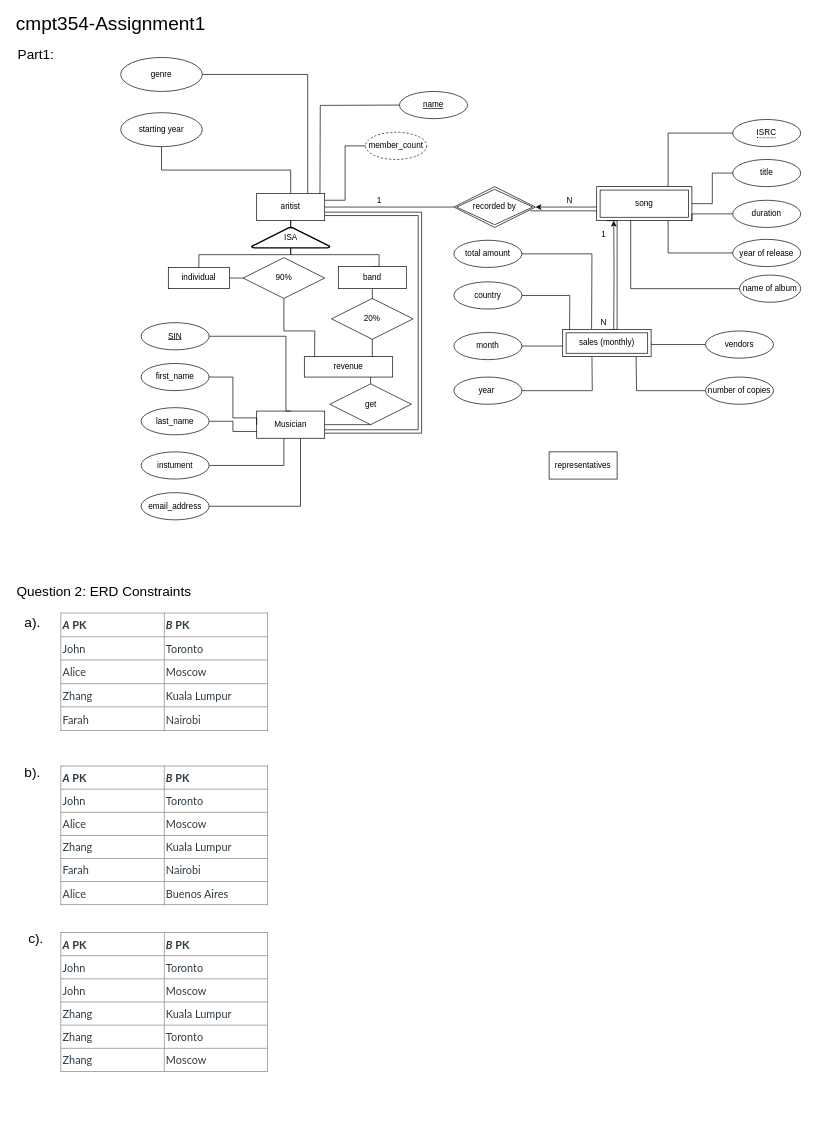
The draw.io diagram cmpt354-A1.drawio in zzzyz7/drawio-storage, before the edit. Source tidied: cells renumbered, new cells numbered last; positions are measured from the earlier drawing's top-left corner, leaving out a move shared by most shapes. Both pictures are drawn from the tidied source at 68%, with x=0, y=0 at pixel (12, 16).
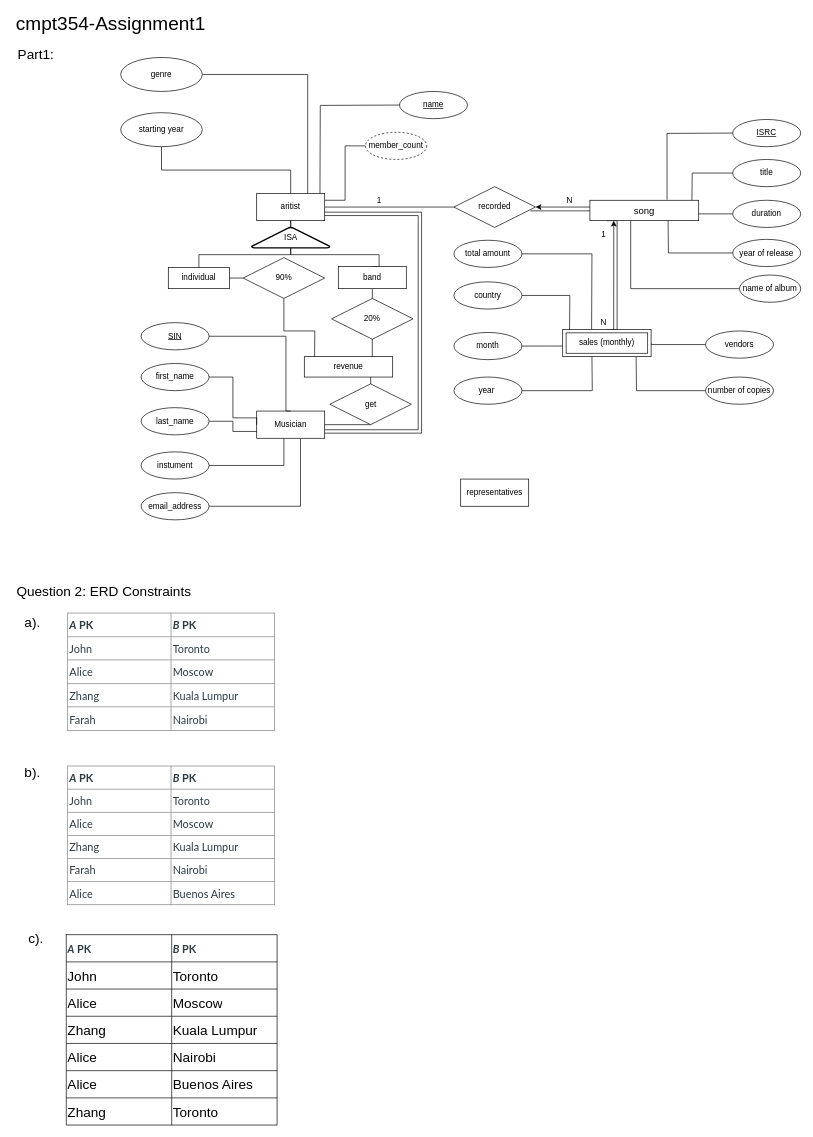
After the change.

Unchanged cells that the change refers to:
```xml
<mxCell id="47" value="title" style="ellipse;whiteSpace=wrap;html=1;align=center;" parent="1" vertex="1">
  <mxGeometry x="1060" y="210" width="100" height="40" as="geometry" />
</mxCell>
<mxCell id="50" value="duration" style="ellipse;whiteSpace=wrap;html=1;align=center;" parent="1" vertex="1">
  <mxGeometry x="1060" y="270" width="100" height="40" as="geometry" />
</mxCell>
<mxCell id="52" value="year of release" style="ellipse;whiteSpace=wrap;html=1;align=center;" parent="1" vertex="1">
  <mxGeometry x="1060" y="327.5" width="100" height="40" as="geometry" />
</mxCell>
<mxCell id="54" value="name of album" style="ellipse;whiteSpace=wrap;html=1;align=center;" parent="1" vertex="1">
  <mxGeometry x="1070" y="380" width="90" height="40" as="geometry" />
</mxCell>
<mxCell id="74" value="sales (monthly)" style="shape=ext;margin=3;double=1;whiteSpace=wrap;html=1;align=center;" parent="1" vertex="1">
  <mxGeometry x="810" y="460" width="130" height="40" as="geometry" />
</mxCell>
```

Change to the diagram source:
```diff
@@
-    <mxCell id="41" style="edgeStyle=orthogonalEdgeStyle;rounded=0;jettySize=auto;html=1;entryX=1;entryY=0.5;entryDx=0;entryDy=0;startArrow=none;startFill=0;endArrow=classic;endFill=1;" parent="1" edge="1" source="43">
+    <mxCell id="41" style="edgeStyle=orthogonalEdgeStyle;rounded=0;orthogonalLoop=1;jettySize=auto;html=1;entryX=1;entryY=0.5;entryDx=0;entryDy=0;startArrow=none;startFill=0;endArrow=classic;endFill=1;" parent="1" edge="1">
       <mxGeometry relative="1" as="geometry">
+        <mxPoint x="860" y="280" as="sourcePoint" />
         <mxPoint x="770" y="280" as="targetPoint" />
         <Array as="points">
           <mxPoint x="860" y="280" />
           <mxPoint x="860" y="280" />
         </Array>
       </mxGeometry>
     </mxCell>
-    <mxCell id="42" style="edgeStyle=orthogonalEdgeStyle;rounded=0;jettySize=auto;html=1;exitX=0;exitY=0.75;exitDx=0;exitDy=0;entryX=0.938;entryY=0.593;entryDx=0;entryDy=0;entryPerimeter=0;startArrow=none;startFill=0;endArrow=none;endFill=0;" parent="1" edge="1" source="43" target="48">
+    <mxCell id="42" style="edgeStyle=orthogonalEdgeStyle;rounded=0;orthogonalLoop=1;jettySize=auto;html=1;exitX=0;exitY=0.75;exitDx=0;exitDy=0;entryX=0.938;entryY=0.593;entryDx=0;entryDy=0;entryPerimeter=0;startArrow=none;startFill=0;endArrow=none;endFill=0;" parent="1" edge="1">
       <mxGeometry relative="1" as="geometry">
+        <mxPoint x="860" y="287.5" as="sourcePoint" />
+        <mxPoint x="762.6" y="285.6" as="targetPoint" />
         <Array as="points">
           <mxPoint x="860" y="286" />
         </Array>
       </mxGeometry>
     </mxCell>
-    <mxCell id="43" value="song" style="shape=ext;margin=3;double=1;whiteSpace=wrap;html=1;align=center;" parent="1" vertex="1">
-      <mxGeometry x="860" y="250" width="140" height="50" as="geometry" />
-    </mxCell>
-    <mxCell id="44" style="edgeStyle=orthogonalEdgeStyle;rounded=0;jettySize=auto;html=1;exitX=0;exitY=0.5;exitDx=0;exitDy=0;entryX=0.75;entryY=0;entryDx=0;entryDy=0;startArrow=none;startFill=0;endArrow=none;endFill=0;" parent="1" edge="1" source="45" target="43">
-      <mxGeometry relative="1" as="geometry" />
+    <mxCell id="44" style="edgeStyle=orthogonalEdgeStyle;rounded=0;jettySize=auto;html=1;exitX=0;exitY=0.5;exitDx=0;exitDy=0;entryX=0.709;entryY=-0.025;entryDx=0;entryDy=0;startArrow=none;startFill=0;endArrow=none;endFill=0;entryPerimeter=0;" parent="1" edge="1" target="43">
+      <mxGeometry relative="1" as="geometry">
+        <mxPoint x="1060" y="171.2" as="sourcePoint" />
+      </mxGeometry>
     </mxCell>
-    <mxCell id="45" value="&lt;span style=&quot;border-bottom: 1px dotted&quot;&gt;ISRC&lt;/span&gt;" style="ellipse;whiteSpace=wrap;html=1;align=center;" parent="1" vertex="1">
-      <mxGeometry x="1060" y="151.2" width="100" height="40" as="geometry" />
-    </mxCell>
-    <mxCell id="46" style="edgeStyle=orthogonalEdgeStyle;rounded=0;jettySize=auto;html=1;startArrow=none;startFill=0;endArrow=none;endFill=0;" parent="1" edge="1" source="47" target="43">
-      <mxGeometry relative="1" as="geometry" />
+    <mxCell id="46" style="edgeStyle=orthogonalEdgeStyle;rounded=0;jettySize=auto;html=1;startArrow=none;startFill=0;endArrow=none;endFill=0;" parent="1" edge="1" source="47">
+      <mxGeometry relative="1" as="geometry">
+        <mxPoint x="1000" y="275" as="targetPoint" />
+      </mxGeometry>
     </mxCell>
@@
-    <mxCell id="48" value="recorded by" style="shape=rhombus;double=1;perimeter=rhombusPerimeter;whiteSpace=wrap;html=1;align=center;" parent="1" vertex="1">
-      <mxGeometry x="650" y="250" width="120" height="60" as="geometry" />
-    </mxCell>
-    <mxCell id="49" style="edgeStyle=orthogonalEdgeStyle;rounded=0;jettySize=auto;html=1;exitX=0;exitY=0.5;exitDx=0;exitDy=0;entryX=1;entryY=1;entryDx=0;entryDy=0;startArrow=none;startFill=0;endArrow=none;endFill=0;entryPerimeter=0;" parent="1" edge="1" source="50" target="43">
+    <mxCell id="49" style="edgeStyle=orthogonalEdgeStyle;rounded=0;jettySize=auto;html=1;exitX=0;exitY=0.5;exitDx=0;exitDy=0;entryX=1;entryY=1;entryDx=0;entryDy=0;startArrow=none;startFill=0;endArrow=none;endFill=0;entryPerimeter=0;" parent="1" edge="1" source="50">
       <mxGeometry relative="1" as="geometry">
+        <mxPoint x="1000" y="300" as="targetPoint" />
         <Array as="points">
           <mxPoint x="1000" y="290" />
         </Array>
       </mxGeometry>
     </mxCell>
@@
-    <mxCell id="51" style="edgeStyle=orthogonalEdgeStyle;rounded=0;jettySize=auto;html=1;entryX=0.75;entryY=1;entryDx=0;entryDy=0;startArrow=none;startFill=0;endArrow=none;endFill=0;" parent="1" edge="1" source="52" target="43">
-      <mxGeometry relative="1" as="geometry" />
+    <mxCell id="51" style="edgeStyle=orthogonalEdgeStyle;rounded=0;jettySize=auto;html=1;entryX=0.75;entryY=1;entryDx=0;entryDy=0;startArrow=none;startFill=0;endArrow=none;endFill=0;" parent="1" edge="1" source="52">
+      <mxGeometry relative="1" as="geometry">
+        <mxPoint x="965" y="300" as="targetPoint" />
+      </mxGeometry>
     </mxCell>
@@
-    <mxCell id="53" style="edgeStyle=orthogonalEdgeStyle;rounded=0;jettySize=auto;html=1;startArrow=none;startFill=0;endArrow=none;endFill=0;" parent="1" edge="1" source="54" target="43">
+    <mxCell id="53" style="edgeStyle=orthogonalEdgeStyle;rounded=0;jettySize=auto;html=1;startArrow=none;startFill=0;endArrow=none;endFill=0;" parent="1" edge="1" source="54">
       <mxGeometry relative="1" as="geometry">
+        <mxPoint x="910" y="300" as="targetPoint" />
         <Array as="points">
           <mxPoint x="910" y="400" />
         </Array>
       </mxGeometry>
     </mxCell>
@@
-    <mxCell id="55" style="edgeStyle=orthogonalEdgeStyle;rounded=0;jettySize=auto;html=1;entryX=0.179;entryY=1;entryDx=0;entryDy=0;entryPerimeter=0;startArrow=none;startFill=0;endArrow=classic;endFill=1;" parent="1" edge="1" target="43">
+    <mxCell id="55" style="edgeStyle=orthogonalEdgeStyle;rounded=0;orthogonalLoop=1;jettySize=auto;html=1;entryX=0.179;entryY=1;entryDx=0;entryDy=0;entryPerimeter=0;startArrow=none;startFill=0;endArrow=classic;endFill=1;" parent="1" edge="1">
       <mxGeometry relative="1" as="geometry">
         <mxPoint x="885" y="460" as="sourcePoint" />
+        <mxPoint x="885.1" y="300" as="targetPoint" />
+        <Array as="points">
+          <mxPoint x="885" y="420" />
+          <mxPoint x="885" y="420" />
+        </Array>
       </mxGeometry>
     </mxCell>
@@
     <mxCell id="70" value="representatives" style="whiteSpace=wrap;html=1;align=center;fontSize=12;strokeWidth=1;" parent="1" vertex="1">
-      <mxGeometry x="790" y="640" width="100" height="40" as="geometry" />
+      <mxGeometry x="660" y="680" width="100" height="40" as="geometry" />
     </mxCell>
@@
-    <mxCell id="73" style="edgeStyle=orthogonalEdgeStyle;rounded=0;jettySize=auto;html=1;startArrow=none;startFill=0;endArrow=none;endFill=0;exitX=0.5;exitY=0;exitDx=0;exitDy=0;entryX=0.107;entryY=1;entryDx=0;entryDy=0;entryPerimeter=0;" parent="1" edge="1" source="74" target="43">
+    <mxCell id="73" style="edgeStyle=orthogonalEdgeStyle;rounded=0;jettySize=auto;html=1;startArrow=none;startFill=0;endArrow=none;endFill=0;exitX=0.5;exitY=0;exitDx=0;exitDy=0;entryX=0.107;entryY=1;entryDx=0;entryDy=0;entryPerimeter=0;" parent="1" edge="1" source="74">
       <mxGeometry relative="1" as="geometry">
+        <mxPoint x="875" y="300" as="targetPoint" />
         <Array as="points">
           <mxPoint x="890" y="460" />
           <mxPoint x="890" y="300" />
         </Array>
       </mxGeometry>
     </mxCell>
@@
     <mxCell id="79" value="&lt;table border=&quot;1&quot; style=&quot;max-width: 100% ; background-color: rgb(255 , 255 , 255) ; border-collapse: collapse ; border-spacing: 0px ; color: rgb(45 , 59 , 69) ; font-family: &amp;#34;lato extended&amp;#34; , &amp;#34;lato&amp;#34; , &amp;#34;helvetica neue&amp;#34; , &amp;#34;helvetica&amp;#34; , &amp;#34;arial&amp;#34; , sans-serif ; font-size: 16px ; font-style: normal ; font-weight: 400 ; letter-spacing: normal ; text-transform: none ; word-spacing: 0px ; width: 304.889px ; height: 174px&quot;&gt;&lt;tbody&gt;&lt;tr style=&quot;height: 29px&quot;&gt;&lt;td style=&quot;padding: 2px ; width: 147.111px ; height: 29px&quot;&gt;&lt;strong style=&quot;font-weight: bold&quot;&gt;&lt;em style=&quot;font-style: italic&quot;&gt;A&lt;/em&gt;&lt;span&gt;&amp;nbsp;&lt;/span&gt;PK&lt;/strong&gt;&lt;/td&gt;&lt;td style=&quot;padding: 2px ; width: 147.111px ; height: 29px&quot;&gt;&lt;strong style=&quot;font-weight: bold&quot;&gt;&lt;em style=&quot;font-style: italic&quot;&gt;B&lt;/em&gt;&lt;span&gt;&amp;nbsp;&lt;/span&gt;PK&lt;/strong&gt;&lt;/td&gt;&lt;/tr&gt;&lt;tr style=&quot;height: 29px&quot;&gt;&lt;td style=&quot;padding: 2px ; width: 147.111px ; height: 29px&quot;&gt;John&lt;/td&gt;&lt;td style=&quot;padding: 2px ; width: 147.111px ; height: 29px&quot;&gt;Toronto&lt;/td&gt;&lt;/tr&gt;&lt;tr style=&quot;height: 29px&quot;&gt;&lt;td style=&quot;padding: 2px ; width: 147.111px ; height: 29px&quot;&gt;Alice&lt;/td&gt;&lt;td style=&quot;padding: 2px ; width: 147.111px ; height: 29px&quot;&gt;Moscow&lt;/td&gt;&lt;/tr&gt;&lt;tr style=&quot;height: 29px&quot;&gt;&lt;td style=&quot;padding: 2px ; width: 147.111px ; height: 29px&quot;&gt;Zhang&lt;/td&gt;&lt;td style=&quot;padding: 2px ; width: 147.111px ; height: 29px&quot;&gt;Kuala Lumpur&lt;/td&gt;&lt;/tr&gt;&lt;tr style=&quot;height: 29px&quot;&gt;&lt;td style=&quot;padding: 2px ; width: 147.111px ; height: 29px&quot;&gt;Farah&lt;/td&gt;&lt;td style=&quot;padding: 2px ; width: 147.111px ; height: 29px&quot;&gt;Nairobi&lt;/td&gt;&lt;/tr&gt;&lt;/tbody&gt;&lt;/table&gt;" style="text;whiteSpace=wrap;html=1;" parent="1" vertex="1">
-      <mxGeometry x="70" y="870" width="330" height="190" as="geometry" />
+      <mxGeometry x="80" y="870" width="330" height="190" as="geometry" />
     </mxCell>
@@
     <mxCell id="81" value="&lt;table border=&quot;1&quot; style=&quot;max-width: 100% ; background-color: rgb(255 , 255 , 255) ; border-collapse: collapse ; border-spacing: 0px ; color: rgb(45 , 59 , 69) ; font-family: &amp;#34;lato extended&amp;#34; , &amp;#34;lato&amp;#34; , &amp;#34;helvetica neue&amp;#34; , &amp;#34;helvetica&amp;#34; , &amp;#34;arial&amp;#34; , sans-serif ; font-size: 16px ; font-style: normal ; font-weight: 400 ; letter-spacing: normal ; text-transform: none ; word-spacing: 0px ; width: 304.889px ; height: 174px&quot;&gt;&lt;tbody&gt;&lt;tr style=&quot;height: 29px&quot;&gt;&lt;td style=&quot;padding: 2px ; width: 147.111px ; height: 29px&quot;&gt;&lt;strong style=&quot;font-weight: bold&quot;&gt;&lt;em style=&quot;font-style: italic&quot;&gt;A&lt;/em&gt;&lt;span&gt;&amp;nbsp;&lt;/span&gt;PK&lt;/strong&gt;&lt;/td&gt;&lt;td style=&quot;padding: 2px ; width: 147.111px ; height: 29px&quot;&gt;&lt;strong style=&quot;font-weight: bold&quot;&gt;&lt;em style=&quot;font-style: italic&quot;&gt;B&lt;/em&gt;&lt;span&gt;&amp;nbsp;&lt;/span&gt;PK&lt;/strong&gt;&lt;/td&gt;&lt;/tr&gt;&lt;tr style=&quot;height: 29px&quot;&gt;&lt;td style=&quot;padding: 2px ; width: 147.111px ; height: 29px&quot;&gt;John&lt;/td&gt;&lt;td style=&quot;padding: 2px ; width: 147.111px ; height: 29px&quot;&gt;Toronto&lt;/td&gt;&lt;/tr&gt;&lt;tr style=&quot;height: 29px&quot;&gt;&lt;td style=&quot;padding: 2px ; width: 147.111px ; height: 29px&quot;&gt;Alice&lt;/td&gt;&lt;td style=&quot;padding: 2px ; width: 147.111px ; height: 29px&quot;&gt;Moscow&lt;/td&gt;&lt;/tr&gt;&lt;tr style=&quot;height: 29px&quot;&gt;&lt;td style=&quot;padding: 2px ; width: 147.111px ; height: 29px&quot;&gt;Zhang&lt;/td&gt;&lt;td style=&quot;padding: 2px ; width: 147.111px ; height: 29px&quot;&gt;Kuala Lumpur&lt;/td&gt;&lt;/tr&gt;&lt;tr style=&quot;height: 29px&quot;&gt;&lt;td style=&quot;padding: 2px ; width: 147.111px ; height: 29px&quot;&gt;Farah&lt;/td&gt;&lt;td style=&quot;padding: 2px ; width: 147.111px ; height: 29px&quot;&gt;Nairobi&lt;/td&gt;&lt;/tr&gt;&lt;tr style=&quot;height: 29px&quot;&gt;&lt;td style=&quot;padding: 2px ; width: 147.111px ; height: 29px&quot;&gt;Alice&lt;/td&gt;&lt;td style=&quot;padding: 2px ; width: 147.111px ; height: 29px&quot;&gt;Buenos Aires&lt;/td&gt;&lt;/tr&gt;&lt;/tbody&gt;&lt;/table&gt;" style="text;whiteSpace=wrap;html=1;fontSize=20;" parent="1" vertex="1">
-      <mxGeometry x="70" y="1095" width="330" height="220" as="geometry" />
+      <mxGeometry x="80" y="1095" width="330" height="220" as="geometry" />
     </mxCell>
@@
-    <mxCell id="83" value="&lt;table border=&quot;1&quot; style=&quot;max-width: 100%; background-color: rgb(255, 255, 255); border-collapse: collapse; border-spacing: 0px; color: rgb(45, 59, 69); font-family: &amp;quot;lato extended&amp;quot;, lato, &amp;quot;helvetica neue&amp;quot;, helvetica, arial, sans-serif; font-size: 16px; font-style: normal; font-weight: 400; letter-spacing: normal; text-transform: none; word-spacing: 0px; width: 304.889px; height: 174px;&quot;&gt;&lt;tbody&gt;&lt;tr style=&quot;height: 29px&quot;&gt;&lt;td style=&quot;padding: 2px ; width: 147.111px ; height: 29px&quot;&gt;&lt;strong style=&quot;font-weight: bold&quot;&gt;&lt;em style=&quot;font-style: italic&quot;&gt;A&lt;/em&gt;&lt;span&gt;&amp;nbsp;&lt;/span&gt;PK&lt;/strong&gt;&lt;/td&gt;&lt;td style=&quot;padding: 2px ; width: 147.111px ; height: 29px&quot;&gt;&lt;strong style=&quot;font-weight: bold&quot;&gt;&lt;em style=&quot;font-style: italic&quot;&gt;B&lt;/em&gt;&lt;span&gt;&amp;nbsp;&lt;/span&gt;PK&lt;/strong&gt;&lt;/td&gt;&lt;/tr&gt;&lt;tr style=&quot;height: 29px&quot;&gt;&lt;td style=&quot;padding: 2px ; width: 147.111px ; height: 29px&quot;&gt;John&lt;/td&gt;&lt;td style=&quot;padding: 2px ; width: 147.111px ; height: 29px&quot;&gt;Toronto&lt;/td&gt;&lt;/tr&gt;&lt;tr style=&quot;height: 29px&quot;&gt;&lt;td style=&quot;padding: 2px ; width: 147.111px ; height: 29px&quot;&gt;John&lt;/td&gt;&lt;td style=&quot;padding: 2px ; width: 147.111px ; height: 29px&quot;&gt;Moscow&lt;/td&gt;&lt;/tr&gt;&lt;tr style=&quot;height: 29px&quot;&gt;&lt;td style=&quot;padding: 2px ; width: 147.111px ; height: 29px&quot;&gt;Zhang&lt;/td&gt;&lt;td style=&quot;padding: 2px ; width: 147.111px ; height: 29px&quot;&gt;Kuala Lumpur&lt;/td&gt;&lt;/tr&gt;&lt;tr style=&quot;height: 29px&quot;&gt;&lt;td style=&quot;padding: 2px ; width: 147.111px ; height: 29px&quot;&gt;Zhang&lt;/td&gt;&lt;td style=&quot;padding: 2px ; width: 147.111px ; height: 29px&quot;&gt;Toronto&lt;/td&gt;&lt;/tr&gt;&lt;tr style=&quot;height: 29px&quot;&gt;&lt;td style=&quot;padding: 2px ; width: 147.111px ; height: 29px&quot;&gt;Zhang&lt;/td&gt;&lt;td style=&quot;padding: 2px ; width: 147.111px ; height: 29px&quot;&gt;Moscow&lt;/td&gt;&lt;/tr&gt;&lt;/tbody&gt;&lt;/table&gt;" style="text;whiteSpace=wrap;html=1;fontSize=20;" parent="1" vertex="1">
-      <mxGeometry x="70" y="1340" width="330" height="220" as="geometry" />
-    </mxCell>
+    <mxCell id="43" value="song" style="whiteSpace=wrap;html=1;align=center;fontSize=14;" parent="1" vertex="1">
+      <mxGeometry x="850" y="270" width="160" height="30" as="geometry" />
+    </mxCell>
+    <mxCell id="45" value="ISRC" style="ellipse;whiteSpace=wrap;html=1;align=center;fontStyle=4;fontSize=12;" parent="1" vertex="1">
+      <mxGeometry x="1060" y="151.2" width="100" height="40" as="geometry" />
+    </mxCell>
+    <mxCell id="84" value="recorded" style="shape=rhombus;perimeter=rhombusPerimeter;whiteSpace=wrap;html=1;align=center;fontSize=12;" parent="1" vertex="1">
+      <mxGeometry x="650" y="250" width="120" height="60" as="geometry" />
+    </mxCell>
+    <mxCell id="85" style="shape=table;html=1;whiteSpace=wrap;startSize=0;childLayout=tableLayout;" parent="1" vertex="1">
+      <mxGeometry x="80" y="1350" width="310" height="280" as="geometry" />
+    </mxCell>
+    <mxCell id="86" style="shape=partialRectangle;html=1;whiteSpace=wrap;fillColor=none;top=0;left=0;bottom=0;right=0;" parent="85" vertex="1">
+      <mxGeometry width="310" height="40" as="geometry" />
+    </mxCell>
+    <mxCell id="87" value="&lt;strong style=&quot;color: rgb(45 , 59 , 69) ; font-family: &amp;#34;lato extended&amp;#34; , &amp;#34;lato&amp;#34; , &amp;#34;helvetica neue&amp;#34; , &amp;#34;helvetica&amp;#34; , &amp;#34;arial&amp;#34; , sans-serif ; font-size: 16px&quot;&gt;&lt;em&gt;A&lt;/em&gt;&amp;nbsp;PK&lt;/strong&gt;" style="shape=partialRectangle;html=1;whiteSpace=wrap;overflow=hidden;fillColor=none;top=0;left=0;bottom=0;right=0;align=left;" parent="86" vertex="1">
+      <mxGeometry width="155" height="40" as="geometry" />
+    </mxCell>
+    <mxCell id="88" value="&lt;div&gt;&lt;strong style=&quot;color: rgb(45 , 59 , 69) ; font-family: &amp;#34;lato extended&amp;#34; , &amp;#34;lato&amp;#34; , &amp;#34;helvetica neue&amp;#34; , &amp;#34;helvetica&amp;#34; , &amp;#34;arial&amp;#34; , sans-serif ; font-size: 16px&quot;&gt;&lt;em&gt;B&lt;/em&gt;&amp;nbsp;PK&lt;/strong&gt;&lt;/div&gt;" style="shape=partialRectangle;html=1;whiteSpace=wrap;overflow=hidden;fillColor=none;top=0;left=0;bottom=0;right=0;align=left;" parent="86" vertex="1">
+      <mxGeometry x="155" width="155" height="40" as="geometry" />
+    </mxCell>
+    <mxCell id="89" style="shape=partialRectangle;html=1;whiteSpace=wrap;fillColor=none;top=0;left=0;bottom=0;right=0;" parent="85" vertex="1">
+      <mxGeometry y="40" width="310" height="40" as="geometry" />
+    </mxCell>
+    <mxCell id="90" value="&lt;font style=&quot;font-size: 20px&quot;&gt;John&lt;/font&gt;" style="shape=partialRectangle;html=1;whiteSpace=wrap;overflow=hidden;fillColor=none;top=0;left=0;bottom=0;right=0;align=left;" parent="89" vertex="1">
+      <mxGeometry width="155" height="40" as="geometry" />
+    </mxCell>
+    <mxCell id="91" value="&lt;font style=&quot;font-size: 20px&quot;&gt;Toronto&lt;/font&gt;" style="shape=partialRectangle;html=1;whiteSpace=wrap;overflow=hidden;fillColor=none;top=0;left=0;bottom=0;right=0;fontSize=13;align=left;" parent="89" vertex="1">
+      <mxGeometry x="155" width="155" height="40" as="geometry" />
+    </mxCell>
+    <mxCell id="92" style="shape=partialRectangle;html=1;whiteSpace=wrap;fillColor=none;top=0;left=0;bottom=0;right=0;" parent="85" vertex="1">
+      <mxGeometry y="80" width="310" height="40" as="geometry" />
+    </mxCell>
+    <mxCell id="93" value="&lt;font style=&quot;font-size: 20px&quot;&gt;Alice&lt;/font&gt;" style="shape=partialRectangle;html=1;whiteSpace=wrap;overflow=hidden;fillColor=none;top=0;left=0;bottom=0;right=0;align=left;" parent="92" vertex="1">
+      <mxGeometry width="155" height="40" as="geometry" />
+    </mxCell>
+    <mxCell id="94" value="&lt;font style=&quot;font-size: 20px&quot;&gt;Moscow&lt;/font&gt;" style="shape=partialRectangle;html=1;whiteSpace=wrap;overflow=hidden;fillColor=none;top=0;left=0;bottom=0;right=0;align=left;" parent="92" vertex="1">
+      <mxGeometry x="155" width="155" height="40" as="geometry" />
+    </mxCell>
+    <mxCell id="95" style="shape=partialRectangle;html=1;whiteSpace=wrap;fillColor=none;top=0;left=0;bottom=0;right=0;" parent="85" vertex="1">
+      <mxGeometry y="120" width="310" height="40" as="geometry" />
+    </mxCell>
+    <mxCell id="96" value="&lt;font style=&quot;font-size: 20px&quot;&gt;Zhang&lt;/font&gt;" style="shape=partialRectangle;html=1;whiteSpace=wrap;overflow=hidden;fillColor=none;top=0;left=0;bottom=0;right=0;align=left;" parent="95" vertex="1">
+      <mxGeometry width="155" height="40" as="geometry" />
+    </mxCell>
+    <mxCell id="97" value="&lt;font style=&quot;font-size: 20px&quot;&gt;Kuala Lumpur&lt;/font&gt;" style="shape=partialRectangle;html=1;whiteSpace=wrap;overflow=hidden;fillColor=none;top=0;left=0;bottom=0;right=0;align=left;" parent="95" vertex="1">
+      <mxGeometry x="155" width="155" height="40" as="geometry" />
+    </mxCell>
+    <mxCell id="98" style="shape=partialRectangle;html=1;whiteSpace=wrap;fillColor=none;top=0;left=0;bottom=0;right=0;" parent="85" vertex="1">
+      <mxGeometry y="160" width="310" height="40" as="geometry" />
+    </mxCell>
+    <mxCell id="99" value="&lt;font style=&quot;font-size: 20px&quot;&gt;Alice&lt;/font&gt;" style="shape=partialRectangle;html=1;whiteSpace=wrap;overflow=hidden;fillColor=none;top=0;left=0;bottom=0;right=0;align=left;" parent="98" vertex="1">
+      <mxGeometry width="155" height="40" as="geometry" />
+    </mxCell>
+    <mxCell id="100" value="&lt;font style=&quot;font-size: 20px&quot;&gt;Nairobi&lt;/font&gt;" style="shape=partialRectangle;html=1;whiteSpace=wrap;overflow=hidden;fillColor=none;top=0;left=0;bottom=0;right=0;align=left;" parent="98" vertex="1">
+      <mxGeometry x="155" width="155" height="40" as="geometry" />
+    </mxCell>
+    <mxCell id="101" style="shape=partialRectangle;html=1;whiteSpace=wrap;fillColor=none;top=0;left=0;bottom=0;right=0;" parent="85" vertex="1">
+      <mxGeometry y="200" width="310" height="40" as="geometry" />
+    </mxCell>
+    <mxCell id="102" value="&lt;font style=&quot;font-size: 20px&quot;&gt;Alice&lt;/font&gt;" style="shape=partialRectangle;html=1;whiteSpace=wrap;overflow=hidden;fillColor=none;top=0;left=0;bottom=0;right=0;align=left;" parent="101" vertex="1">
+      <mxGeometry width="155" height="40" as="geometry" />
+    </mxCell>
+    <mxCell id="103" value="&lt;font style=&quot;font-size: 20px&quot;&gt;Buenos Aires&lt;/font&gt;" style="shape=partialRectangle;html=1;whiteSpace=wrap;overflow=hidden;fillColor=none;top=0;left=0;bottom=0;right=0;align=left;" parent="101" vertex="1">
+      <mxGeometry x="155" width="155" height="40" as="geometry" />
+    </mxCell>
+    <mxCell id="104" style="shape=partialRectangle;html=1;whiteSpace=wrap;fillColor=none;top=0;left=0;bottom=0;right=0;" parent="85" vertex="1">
+      <mxGeometry y="240" width="310" height="40" as="geometry" />
+    </mxCell>
+    <mxCell id="105" value="&lt;font style=&quot;font-size: 20px&quot;&gt;Zhang&lt;/font&gt;" style="shape=partialRectangle;html=1;whiteSpace=wrap;overflow=hidden;fillColor=none;top=0;left=0;bottom=0;right=0;align=left;" parent="104" vertex="1">
+      <mxGeometry width="155" height="40" as="geometry" />
+    </mxCell>
+    <mxCell id="106" value="&lt;font style=&quot;font-size: 20px&quot;&gt;Toronto&lt;/font&gt;" style="shape=partialRectangle;html=1;whiteSpace=wrap;overflow=hidden;fillColor=none;top=0;left=0;bottom=0;right=0;align=left;" parent="104" vertex="1">
+      <mxGeometry x="155" width="155" height="40" as="geometry" />
+    </mxCell>
```
